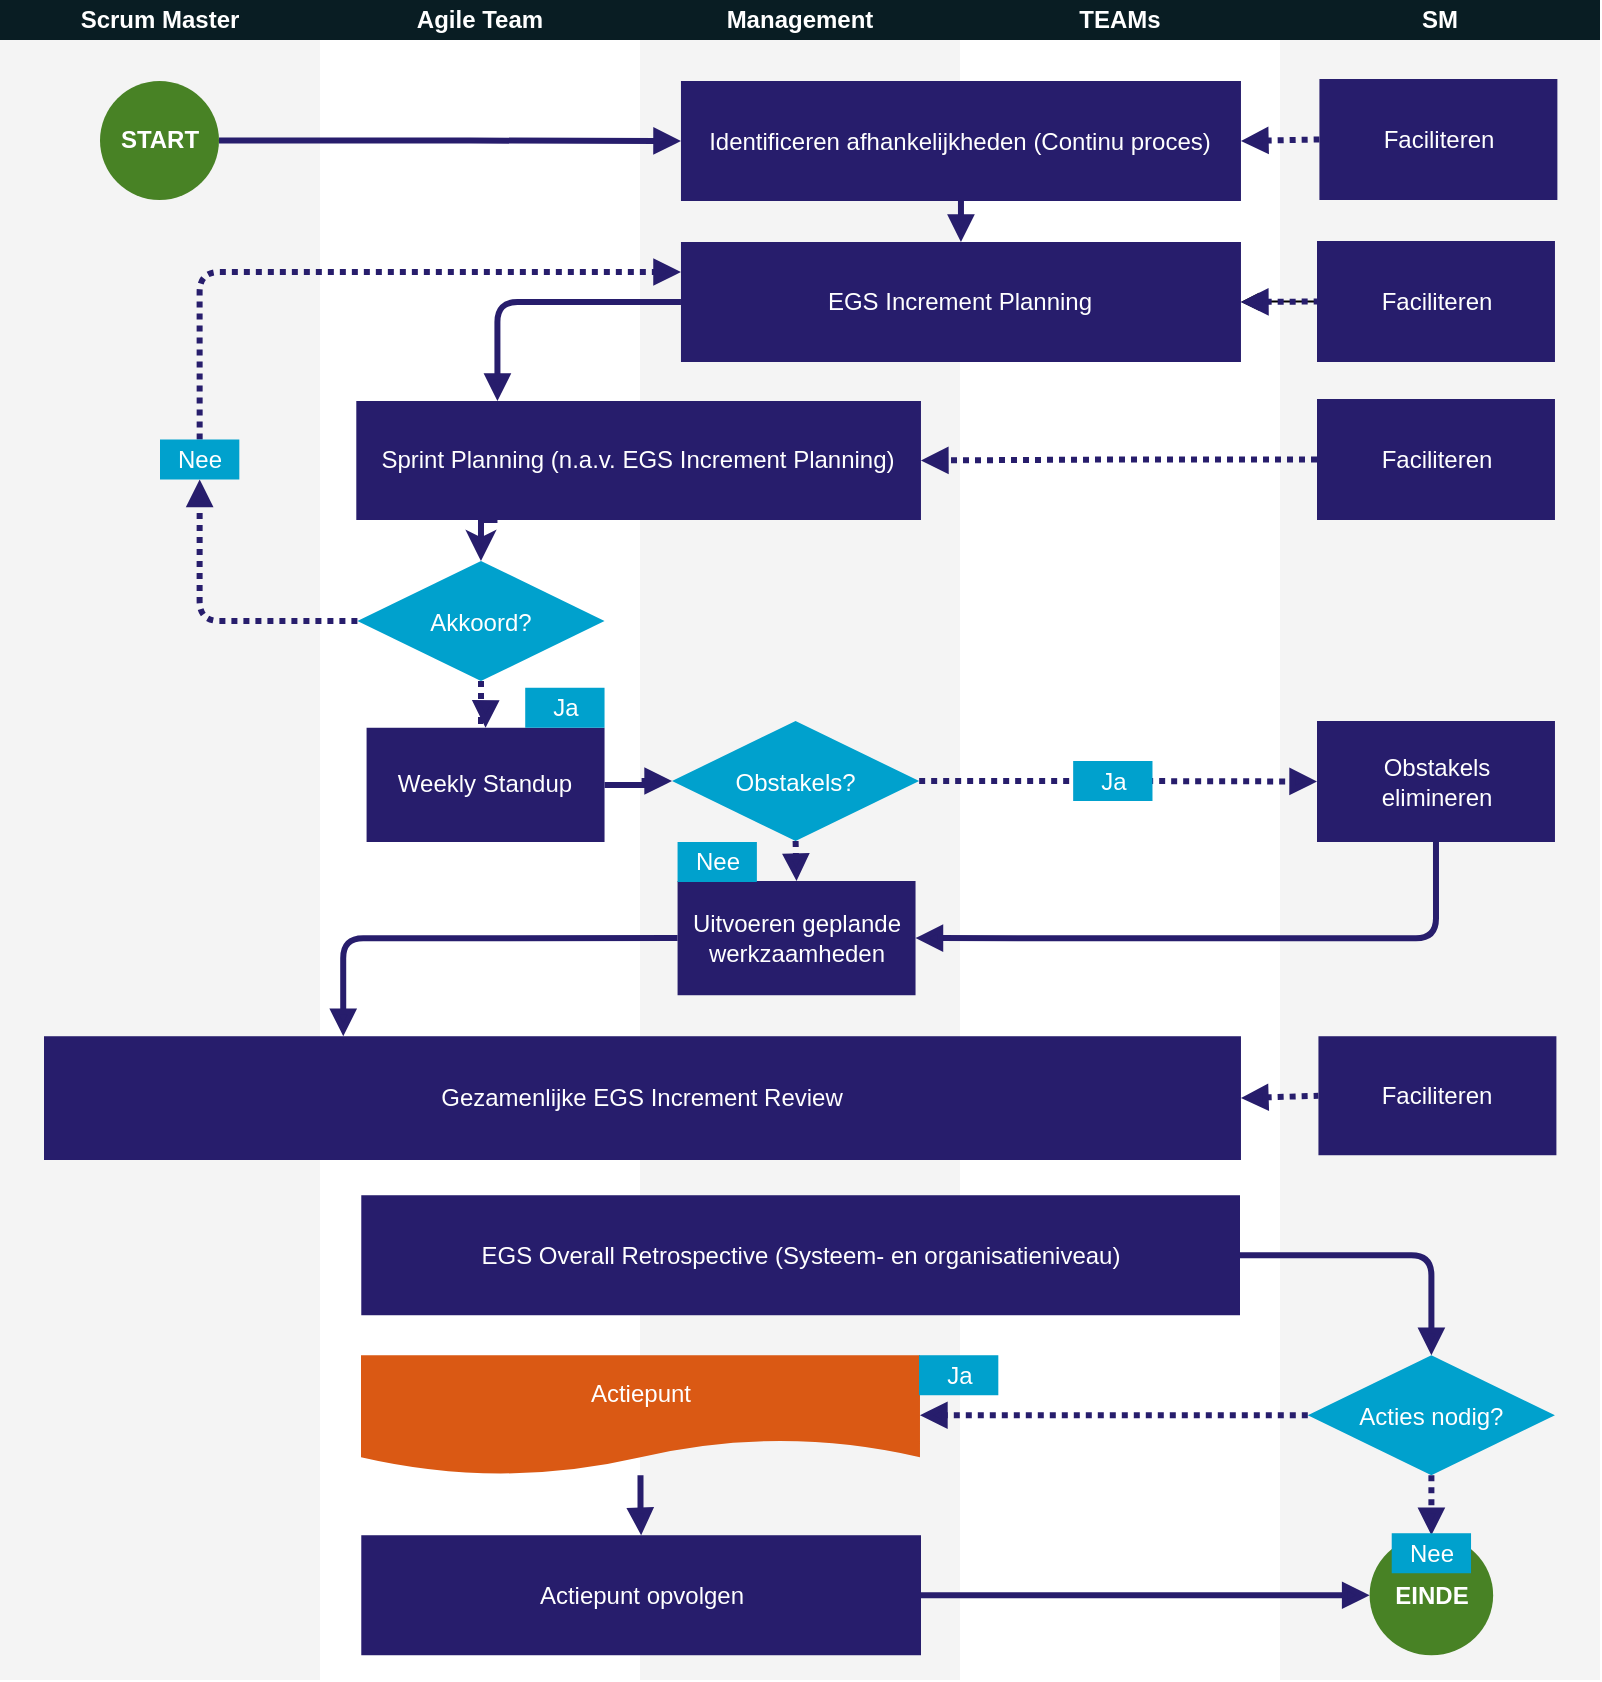
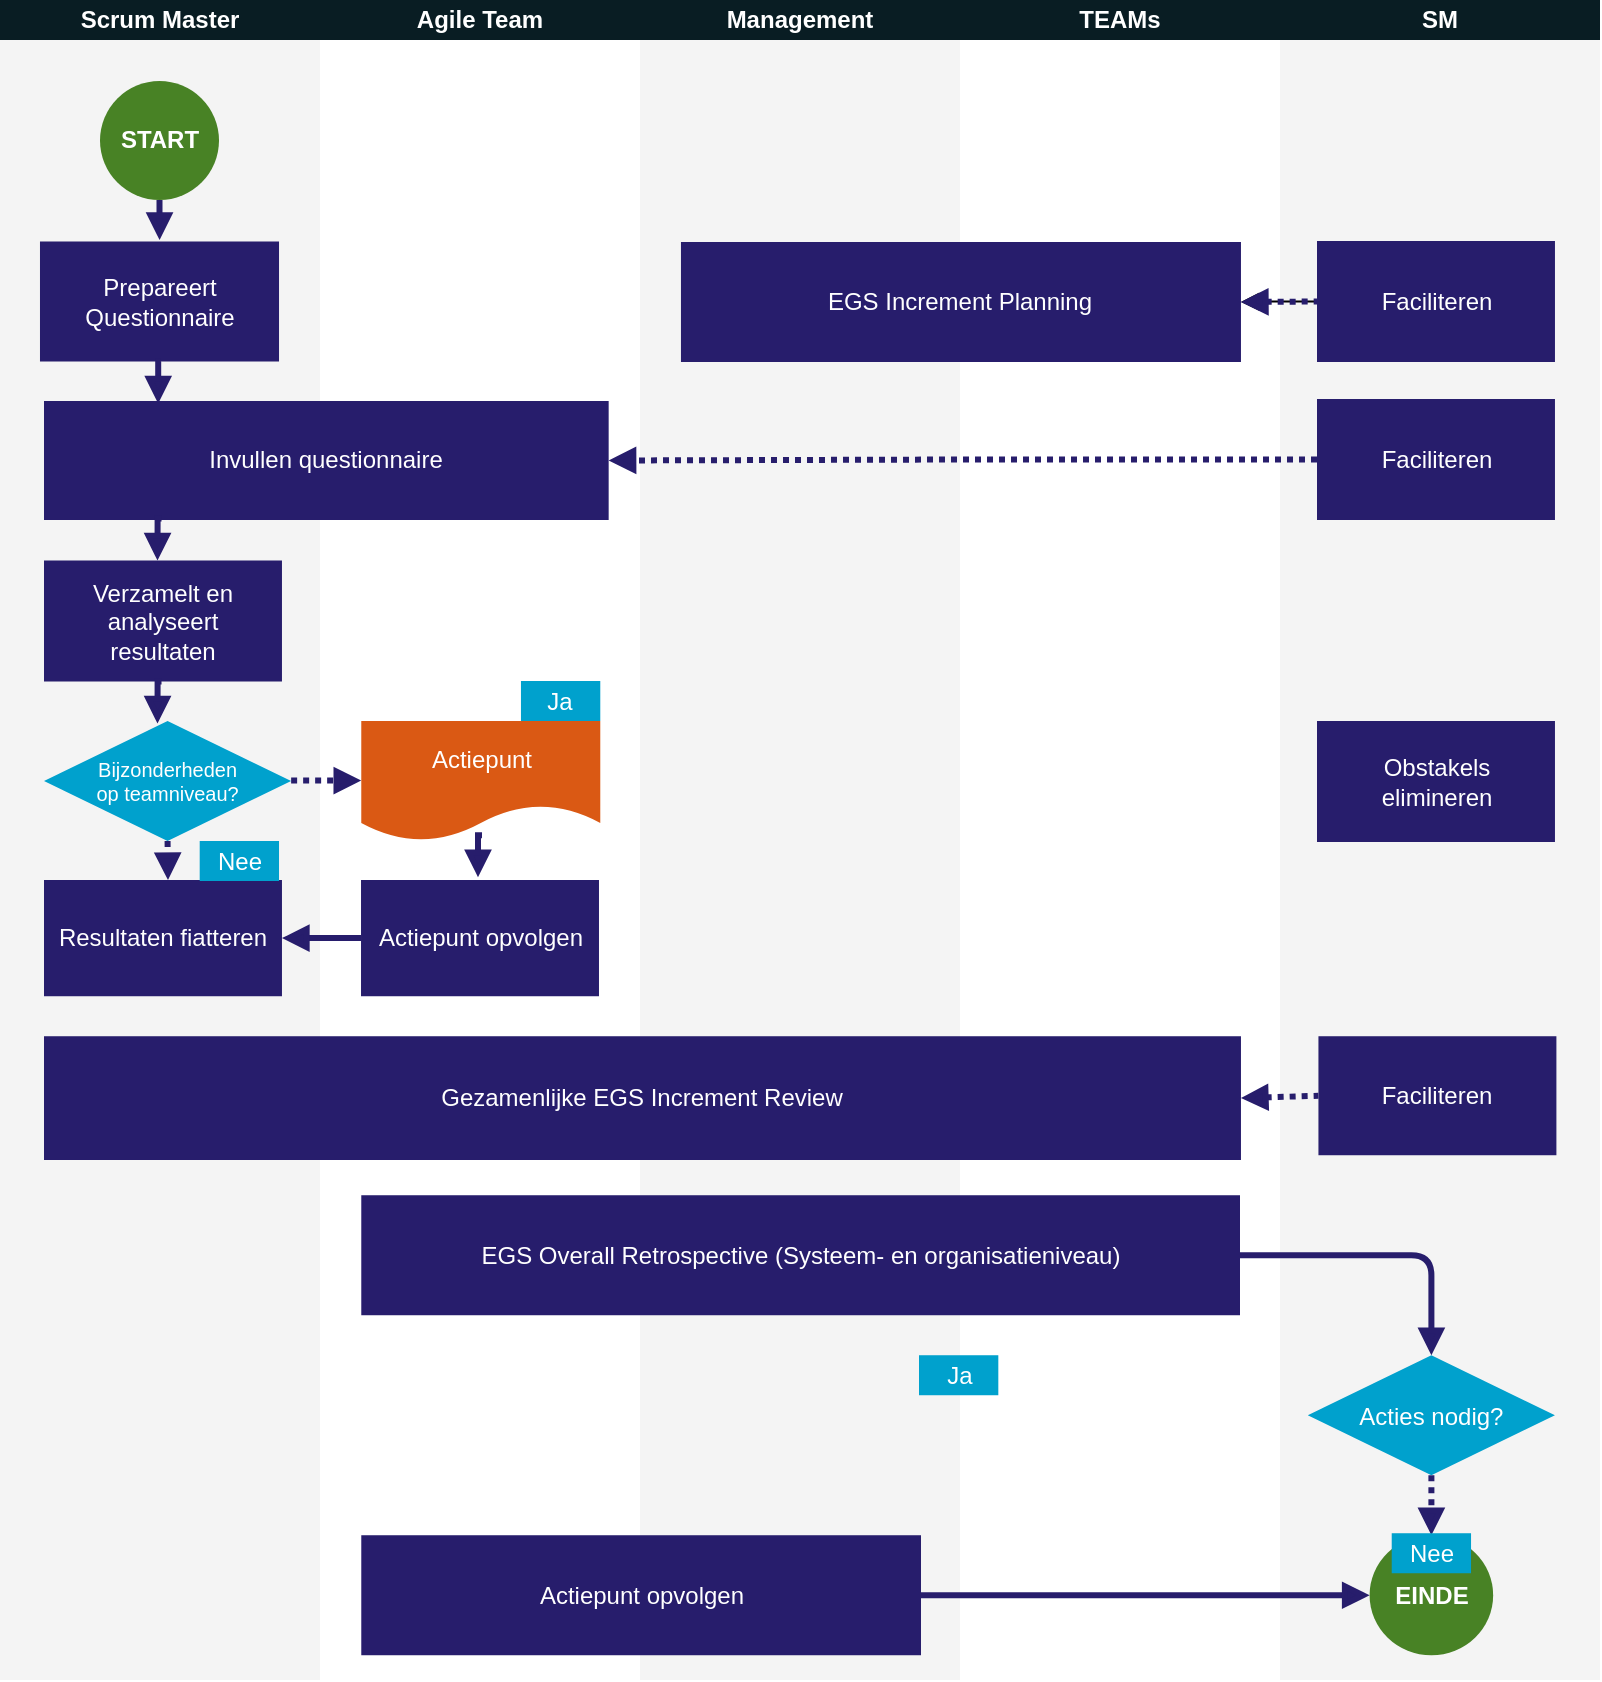
<mxfile host="app.diagrams.net" agent="Mozilla/5.0 (Windows NT 10.0; Win64; x64) AppleWebKit/537.36 (KHTML, like Gecko) Chrome/147.0.0.0 Safari/537.36" version="29.2.7">
  <diagram name="Page-1" id="8YR4XehvFtPluC4lOJML">
-     <mxGraphModel dx="1426" dy="749" grid="1" gridSize="10" guides="1" tooltips="1" connect="1" arrows="1" fold="1" page="1" pageScale="1" pageWidth="1630" pageHeight="800" math="0" shadow="0">
+     <mxGraphModel dx="519" dy="272" grid="1" gridSize="10" guides="1" tooltips="1" connect="1" arrows="1" fold="1" page="1" pageScale="1" pageWidth="1630" pageHeight="800" math="0" shadow="0">
      <root>
        <mxCell id="0" />
        <mxCell id="1" parent="0" />
        <mxCell id="TyIScYGrdLz4eEjOedrv-1" parent="1" style="rounded=0;whiteSpace=wrap;html=1;fillColor=#E9E9E9;strokeColor=none;opacity=50;" value="" vertex="1">
          <mxGeometry height="840" width="160" x="640" as="geometry" />
        </mxCell>
        <mxCell id="TyIScYGrdLz4eEjOedrv-2" parent="1" style="rounded=0;whiteSpace=wrap;html=1;fillColor=#E9E9E9;strokeColor=none;opacity=50;" value="" vertex="1">
          <mxGeometry height="840" width="160" as="geometry" />
        </mxCell>
        <mxCell id="TyIScYGrdLz4eEjOedrv-3" parent="1" style="rounded=0;whiteSpace=wrap;html=1;fillColor=#E9E9E9;strokeColor=none;opacity=50;" value="" vertex="1">
          <mxGeometry height="840" width="160" x="320" as="geometry" />
        </mxCell>
        <mxCell id="TyIScYGrdLz4eEjOedrv-4" parent="1" style="rounded=0;whiteSpace=wrap;html=1;strokeColor=none;fillColor=#091D23;" value="&lt;font style=&quot;color: rgb(255, 255, 255);&quot;&gt;&lt;b&gt;Scrum Master&lt;/b&gt;&lt;/font&gt;" vertex="1">
          <mxGeometry height="20" width="160" as="geometry" />
        </mxCell>
        <mxCell id="TyIScYGrdLz4eEjOedrv-5" parent="1" style="rounded=0;whiteSpace=wrap;html=1;strokeColor=none;fillColor=#091D23;" value="&lt;font color=&quot;#ffffff&quot;&gt;&lt;b&gt;Agile Team&lt;/b&gt;&lt;/font&gt;" vertex="1">
          <mxGeometry height="20" width="160" x="160" as="geometry" />
        </mxCell>
        <mxCell id="TyIScYGrdLz4eEjOedrv-6" parent="1" style="rounded=0;whiteSpace=wrap;html=1;strokeColor=none;fillColor=#091D23;" value="&lt;font style=&quot;color: rgb(255, 255, 255);&quot;&gt;&lt;b&gt;Management&lt;/b&gt;&lt;/font&gt;" vertex="1">
          <mxGeometry height="20" width="160" x="320" as="geometry" />
        </mxCell>
        <mxCell id="TyIScYGrdLz4eEjOedrv-7" parent="1" style="rounded=0;whiteSpace=wrap;html=1;strokeColor=none;fillColor=#091D23;" value="&lt;font style=&quot;color: rgb(255, 255, 255);&quot;&gt;&lt;b&gt;TEAMs&lt;/b&gt;&lt;/font&gt;" vertex="1">
          <mxGeometry height="20" width="160" x="480" as="geometry" />
        </mxCell>
-         <mxCell id="TyIScYGrdLz4eEjOedrv-8" edge="1" parent="1" source="TyIScYGrdLz4eEjOedrv-9" style="edgeStyle=orthogonalEdgeStyle;rounded=1;orthogonalLoop=1;jettySize=auto;html=1;exitX=0;exitY=0.5;exitDx=0;exitDy=0;entryX=0.25;entryY=0;entryDx=0;entryDy=0;strokeWidth=3;strokeColor=#271D6C;endArrow=block;endFill=1;curved=0;" target="TyIScYGrdLz4eEjOedrv-10">
-           <mxGeometry relative="1" as="geometry" />
-         </mxCell>
-         <mxCell id="TyIScYGrdLz4eEjOedrv-9" parent="1" style="whiteSpace=wrap;strokeColor=none;fillColor=#271D6C;shadow=0;fontColor=#FFFFFF;fontFamily=Helvetica;fontStyle=0;html=1;fontSize=12;spacing=6;verticalAlign=middle;fillStyle=auto;" value="Uitvoeren geplande werkzaamheden" vertex="1">
-           <mxGeometry height="57.12" width="118.97753679318357" x="338.78343144848964" y="440.5" as="geometry" />
+         <mxCell id="TyIScYGrdLz4eEjOedrv-9" parent="1" style="whiteSpace=wrap;strokeColor=none;fillColor=#271D6C;shadow=0;fontColor=#FFFFFF;fontFamily=Helvetica;fontStyle=0;html=1;fontSize=12;spacing=6;verticalAlign=middle;fillStyle=auto;" value="Resultaten fiatteren" vertex="1">
+           <mxGeometry height="58.12" width="118.98" x="22" y="440" as="geometry" />
        </mxCell>
        <mxCell id="TyIScYGrdLz4eEjOedrv-10" parent="1" style="whiteSpace=wrap;strokeColor=none;fillColor=#271D6C;shadow=0;fontColor=#FFFFFF;fontFamily=Helvetica;fontStyle=0;html=1;fontSize=12;spacing=6;verticalAlign=middle;fillStyle=auto;" value="Gezamenlijke EGS Increment Review" vertex="1">
          <mxGeometry height="61.88" width="598.48" x="22" y="518.12" as="geometry" />
        </mxCell>
-         <mxCell id="TyIScYGrdLz4eEjOedrv-11" edge="1" parent="1" source="TyIScYGrdLz4eEjOedrv-13" style="edgeStyle=orthogonalEdgeStyle;rounded=1;orthogonalLoop=1;jettySize=auto;html=1;entryX=0.25;entryY=0;entryDx=0;entryDy=0;exitX=0;exitY=0.5;exitDx=0;exitDy=0;strokeWidth=3;curved=0;strokeColor=#271D6C;endArrow=block;endFill=1;" target="TyIScYGrdLz4eEjOedrv-48">
-           <mxGeometry relative="1" as="geometry" />
-         </mxCell>
-         <mxCell id="TyIScYGrdLz4eEjOedrv-12" edge="1" parent="1" source="TyIScYGrdLz4eEjOedrv-55" style="edgeStyle=orthogonalEdgeStyle;rounded=1;orthogonalLoop=1;jettySize=auto;html=1;exitX=0.5;exitY=0;exitDx=0;exitDy=0;entryX=0;entryY=0.25;entryDx=0;entryDy=0;strokeWidth=3;dashed=1;dashPattern=1 1;curved=0;strokeColor=#271D6C;endArrow=block;endFill=1;" target="TyIScYGrdLz4eEjOedrv-13">
-           <mxGeometry relative="1" as="geometry">
-             <Array as="points">
-               <mxPoint x="100" y="136" />
-             </Array>
-           </mxGeometry>
-         </mxCell>
        <mxCell id="TyIScYGrdLz4eEjOedrv-13" parent="1" style="whiteSpace=wrap;strokeColor=none;fillColor=#271D6C;shadow=0;fontColor=#FFFFFF;fontFamily=Helvetica;fontStyle=0;html=1;fontSize=12;spacing=6;verticalAlign=middle;fillStyle=auto;" value="EGS Increment Planning" vertex="1">
          <mxGeometry height="60" width="280" x="340.48" y="121" as="geometry" />
        </mxCell>
-         <mxCell id="TyIScYGrdLz4eEjOedrv-14" parent="1" style="whiteSpace=wrap;shadow=0;fontColor=#FFFFFF;fontFamily=Helvetica;fontStyle=0;html=1;fontSize=12;plain-purple;strokeColor=none;fillColor=#271D6C;gradientColor=none;spacing=6;verticalAlign=middle;" value="Faciliteren" vertex="1">
-           <mxGeometry height="60.5" width="118.97753679318359" x="659.7101471727344" y="39.5" as="geometry" />
+         <mxCell id="TyIScYGrdLz4eEjOedrv-14" parent="1" style="whiteSpace=wrap;shadow=0;fontColor=#FFFFFF;fontFamily=Helvetica;fontStyle=0;html=1;fontSize=12;plain-purple;strokeColor=none;fillColor=#271D6C;gradientColor=none;spacing=6;verticalAlign=middle;" value="Verzamelt en analyseert resultaten" vertex="1">
+           <mxGeometry height="60.5" width="118.97753679318359" x="22.000147172734387" y="280.25" as="geometry" />
        </mxCell>
        <mxCell id="TyIScYGrdLz4eEjOedrv-15" edge="1" parent="1" source="TyIScYGrdLz4eEjOedrv-16" style="edgeStyle=orthogonalEdgeStyle;rounded=0;orthogonalLoop=1;jettySize=auto;html=1;" target="TyIScYGrdLz4eEjOedrv-13" value="">
          <mxGeometry relative="1" as="geometry" />
        </mxCell>
        <mxCell id="TyIScYGrdLz4eEjOedrv-16" parent="1" style="whiteSpace=wrap;shadow=0;fontColor=#FFFFFF;fontFamily=Helvetica;fontStyle=0;html=1;fontSize=12;plain-purple;strokeColor=none;fillColor=#271D6C;gradientColor=none;spacing=6;verticalAlign=middle;" value="Faciliteren" vertex="1">
          <mxGeometry height="60.5" width="118.97753679318359" x="658.5001471727344" y="120.5" as="geometry" />
        </mxCell>
        <mxCell id="TyIScYGrdLz4eEjOedrv-17" parent="1" style="whiteSpace=wrap;shadow=0;fontColor=#FFFFFF;fontFamily=Helvetica;fontStyle=0;html=1;fontSize=12;plain-purple;strokeColor=none;fillColor=#271D6C;gradientColor=none;spacing=6;verticalAlign=middle;" value="Faciliteren" vertex="1">
          <mxGeometry height="59.5" width="118.98" x="659.22" y="518.12" as="geometry" />
        </mxCell>
        <mxCell id="TyIScYGrdLz4eEjOedrv-18" edge="1" parent="1" source="TyIScYGrdLz4eEjOedrv-19" style="edgeStyle=orthogonalEdgeStyle;rounded=1;orthogonalLoop=1;jettySize=auto;html=1;exitX=1;exitY=0.5;exitDx=0;exitDy=0;strokeColor=#271D6C;strokeWidth=3;endArrow=block;endFill=1;curved=0;" target="TyIScYGrdLz4eEjOedrv-22">
          <mxGeometry relative="1" as="geometry" />
        </mxCell>
        <mxCell id="TyIScYGrdLz4eEjOedrv-19" parent="1" style="whiteSpace=wrap;strokeColor=none;fillColor=#271D6C;shadow=0;fontColor=#FFFFFF;fontFamily=Helvetica;fontStyle=0;html=1;fontSize=12;spacing=6;verticalAlign=middle;fillStyle=auto;" value="EGS Overall Retrospective (Systeem- en organisatieniveau)" vertex="1">
          <mxGeometry height="60" width="439.36" x="180.64" y="597.62" as="geometry" />
        </mxCell>
-         <mxCell id="TyIScYGrdLz4eEjOedrv-20" edge="1" parent="1" source="TyIScYGrdLz4eEjOedrv-22" style="edgeStyle=orthogonalEdgeStyle;rounded=0;orthogonalLoop=1;jettySize=auto;html=1;entryX=1;entryY=0.5;entryDx=0;entryDy=0;strokeWidth=3;dashed=1;strokeColor=#271D6C;dashPattern=1 1;endArrow=block;endFill=1;" target="TyIScYGrdLz4eEjOedrv-24">
-           <mxGeometry relative="1" as="geometry" />
-         </mxCell>
        <mxCell id="TyIScYGrdLz4eEjOedrv-21" edge="1" parent="1" source="TyIScYGrdLz4eEjOedrv-22" style="edgeStyle=orthogonalEdgeStyle;rounded=0;orthogonalLoop=1;jettySize=auto;html=1;entryX=0.5;entryY=0;entryDx=0;entryDy=0;strokeWidth=3;dashed=1;dashPattern=1 1;strokeColor=#271D6C;endArrow=block;endFill=1;" target="TyIScYGrdLz4eEjOedrv-33">
          <mxGeometry relative="1" as="geometry">
            <mxPoint x="715.688768396592" y="767.6199999999999" as="targetPoint" />
          </mxGeometry>
        </mxCell>
        <mxCell id="TyIScYGrdLz4eEjOedrv-22" parent="1" style="rhombus;fillColor=#00A1CD;strokeColor=none;fontColor=#FFFFFF;" value="Acties nodig?" vertex="1">
          <mxGeometry height="60" width="123.58" x="653.9" y="677.6199999999999" as="geometry" />
        </mxCell>
-         <mxCell id="TyIScYGrdLz4eEjOedrv-23" edge="1" parent="1" source="TyIScYGrdLz4eEjOedrv-24" style="edgeStyle=orthogonalEdgeStyle;rounded=0;orthogonalLoop=1;jettySize=auto;html=1;entryX=0.5;entryY=0;entryDx=0;entryDy=0;strokeWidth=3;strokeColor=#271D6C;endArrow=block;endFill=1;" target="TyIScYGrdLz4eEjOedrv-27">
-           <mxGeometry relative="1" as="geometry" />
-         </mxCell>
        <mxCell id="TyIScYGrdLz4eEjOedrv-24" parent="1" style="shape=document;whiteSpace=wrap;verticalAlign=middle;strokeColor=none;fillColor=#DA5914;shadow=0;fontColor=#FFFFFF;fontFamily=Helvetica;fontStyle=0;html=1;fontSize=12;spacing=6;spacingBottom=22;" value="Actiepunt" vertex="1">
-           <mxGeometry height="60" width="279.49" x="180.5" y="677.6199999999999" as="geometry" />
+           <mxGeometry height="60" width="119.5" x="180.64" y="360.5" as="geometry" />
        </mxCell>
        <mxCell id="TyIScYGrdLz4eEjOedrv-25" parent="1" style="rounded=0;whiteSpace=wrap;html=1;fillColor=#00A1CD;fontColor=#FFFFFF;strokeColor=none;fontSize=12;" value="Ja" vertex="1">
          <mxGeometry height="20" width="39.65917893106119" x="459.5" y="677.6199999999999" as="geometry" />
        </mxCell>
        <mxCell id="TyIScYGrdLz4eEjOedrv-26" edge="1" parent="1" source="TyIScYGrdLz4eEjOedrv-27" style="edgeStyle=orthogonalEdgeStyle;rounded=0;orthogonalLoop=1;jettySize=auto;html=1;entryX=0;entryY=0.5;entryDx=0;entryDy=0;strokeWidth=3;strokeColor=#271D6C;endArrow=block;endFill=1;" target="TyIScYGrdLz4eEjOedrv-33">
          <mxGeometry relative="1" as="geometry">
            <mxPoint x="499.22" y="797.6199999999999" as="targetPoint" />
          </mxGeometry>
        </mxCell>
        <mxCell id="TyIScYGrdLz4eEjOedrv-27" parent="1" style="whiteSpace=wrap;strokeColor=none;fillColor=#271D6C;shadow=0;fontColor=#FFFFFF;fontFamily=Helvetica;fontStyle=0;html=1;fontSize=12;spacing=6;verticalAlign=middle;fillStyle=auto;" value="Actiepunt opvolgen" vertex="1">
          <mxGeometry height="60" width="279.86" x="180.64" y="767.6199999999999" as="geometry" />
-         </mxCell>
-         <mxCell id="TyIScYGrdLz4eEjOedrv-28" edge="1" parent="1" source="TyIScYGrdLz4eEjOedrv-46" style="endArrow=none;startArrow=block;html=1;rounded=0;exitX=1;exitY=0.5;exitDx=0;exitDy=0;entryX=0;entryY=0.5;entryDx=0;entryDy=0;strokeWidth=3;strokeColor=#271D6C;dashed=1;dashPattern=1 1;startFill=1;endFill=1;" target="TyIScYGrdLz4eEjOedrv-14" value="">
-           <mxGeometry height="50" relative="1" width="50" as="geometry">
-             <mxPoint x="456.77" y="70" as="sourcePoint" />
-             <mxPoint x="496.43014717273445" y="160.75" as="targetPoint" />
-           </mxGeometry>
        </mxCell>
        <mxCell id="TyIScYGrdLz4eEjOedrv-29" edge="1" parent="1" source="TyIScYGrdLz4eEjOedrv-13" style="endArrow=none;startArrow=block;html=1;rounded=0;exitX=1;exitY=0.5;exitDx=0;exitDy=0;entryX=0;entryY=0.5;entryDx=0;entryDy=0;strokeWidth=3;strokeColor=#271D6C;dashed=1;dashPattern=1 1;endFill=1;startFill=1;" target="TyIScYGrdLz4eEjOedrv-16" value="">
          <mxGeometry height="50" relative="1" width="50" as="geometry">
            <mxPoint x="578.52" y="240.5" as="sourcePoint" />
            <mxPoint x="628.52" y="190.5" as="targetPoint" />
          </mxGeometry>
        </mxCell>
        <mxCell id="TyIScYGrdLz4eEjOedrv-30" edge="1" parent="1" source="TyIScYGrdLz4eEjOedrv-10" style="endArrow=none;startArrow=block;html=1;rounded=0;exitX=1;exitY=0.5;exitDx=0;exitDy=0;entryX=0;entryY=0.5;entryDx=0;entryDy=0;strokeWidth=3;dashed=1;dashPattern=1 1;strokeColor=#271D6C;endFill=1;startFill=1;" target="TyIScYGrdLz4eEjOedrv-17" value="">
          <mxGeometry height="50" relative="1" width="50" as="geometry">
            <mxPoint x="581.01" y="477.62" as="sourcePoint" />
            <mxPoint x="631.01" y="427.62" as="targetPoint" />
          </mxGeometry>
        </mxCell>
-         <mxCell id="TyIScYGrdLz4eEjOedrv-31" edge="1" parent="1" source="TyIScYGrdLz4eEjOedrv-32" style="edgeStyle=orthogonalEdgeStyle;rounded=1;orthogonalLoop=1;jettySize=auto;html=1;entryX=0;entryY=0.5;entryDx=0;entryDy=0;curved=0;strokeColor=#271D6C;strokeWidth=3;endArrow=block;endFill=1;" target="TyIScYGrdLz4eEjOedrv-46">
+         <mxCell id="TyIScYGrdLz4eEjOedrv-57" edge="1" parent="1" source="TyIScYGrdLz4eEjOedrv-32" style="edgeStyle=orthogonalEdgeStyle;rounded=0;orthogonalLoop=1;jettySize=auto;html=1;exitX=0.5;exitY=1;exitDx=0;exitDy=0;strokeWidth=3;endArrow=block;endFill=1;strokeColor=#271D6C;" target="TyIScYGrdLz4eEjOedrv-46">
          <mxGeometry relative="1" as="geometry" />
        </mxCell>
        <mxCell id="TyIScYGrdLz4eEjOedrv-32" parent="1" style="ellipse;whiteSpace=wrap;html=1;aspect=fixed;fillColor=#488225;fontColor=#FFFFFF;strokeColor=none;" value="&lt;b&gt;START&lt;/b&gt;" vertex="1">
          <mxGeometry height="59.5" width="59.5" x="50" y="40.5" as="geometry" />
        </mxCell>
        <mxCell id="TyIScYGrdLz4eEjOedrv-33" parent="1" style="ellipse;whiteSpace=wrap;html=1;strokeColor=none;fillColor=#488225;fontColor=#FFFFFF;" value="&lt;b&gt;EINDE&lt;/b&gt;" vertex="1">
          <mxGeometry height="60" width="61.78" x="684.8000000000001" y="767.6199999999999" as="geometry" />
        </mxCell>
        <mxCell id="TyIScYGrdLz4eEjOedrv-34" parent="1" style="rounded=0;whiteSpace=wrap;html=1;fillColor=#00A1CD;fontColor=#FFFFFF;strokeColor=none;" value="Nee" vertex="1">
          <mxGeometry height="20" width="39.65917893106119" x="695.86" y="766.6199999999999" as="geometry" />
        </mxCell>
-         <mxCell id="TyIScYGrdLz4eEjOedrv-35" edge="1" parent="1" source="TyIScYGrdLz4eEjOedrv-36" style="edgeStyle=orthogonalEdgeStyle;rounded=0;orthogonalLoop=1;jettySize=auto;html=1;entryX=0;entryY=0.5;entryDx=0;entryDy=0;strokeWidth=3;strokeColor=#271D6C;endArrow=block;endFill=1;" target="TyIScYGrdLz4eEjOedrv-39">
-           <mxGeometry relative="1" as="geometry" />
-         </mxCell>
-         <mxCell id="TyIScYGrdLz4eEjOedrv-36" parent="1" style="whiteSpace=wrap;strokeColor=none;fillColor=#271D6C;shadow=0;fontColor=#FFFFFF;fontFamily=Helvetica;fontStyle=0;html=1;fontSize=12;spacing=6;verticalAlign=middle;fillStyle=auto;" value="Weekly Standup" vertex="1">
-           <mxGeometry height="57.12" width="118.97753679318357" x="183.29000000000002" y="363.88" as="geometry" />
-         </mxCell>
-         <mxCell id="TyIScYGrdLz4eEjOedrv-37" edge="1" parent="1" source="TyIScYGrdLz4eEjOedrv-39" style="edgeStyle=orthogonalEdgeStyle;rounded=0;orthogonalLoop=1;jettySize=auto;html=1;exitX=0.5;exitY=1;exitDx=0;exitDy=0;entryX=0.5;entryY=0;entryDx=0;entryDy=0;strokeWidth=3;strokeColor=#271D6C;dashed=1;dashPattern=1 1;endArrow=block;endFill=1;" target="TyIScYGrdLz4eEjOedrv-9">
-           <mxGeometry relative="1" as="geometry" />
-         </mxCell>
-         <mxCell id="TyIScYGrdLz4eEjOedrv-38" edge="1" parent="1" source="TyIScYGrdLz4eEjOedrv-39" style="edgeStyle=orthogonalEdgeStyle;rounded=0;orthogonalLoop=1;jettySize=auto;html=1;entryX=0;entryY=0.5;entryDx=0;entryDy=0;strokeColor=#271D6C;dashed=1;dashPattern=1 1;strokeWidth=3;endArrow=block;endFill=1;" target="TyIScYGrdLz4eEjOedrv-42">
-           <mxGeometry relative="1" as="geometry" />
-         </mxCell>
-         <mxCell id="TyIScYGrdLz4eEjOedrv-39" parent="1" style="rhombus;fillColor=#00A1CD;strokeColor=none;fontColor=#FFFFFF;" value="Obstakels?" vertex="1">
-           <mxGeometry height="60" width="123.57" x="336.01000000000005" y="360.5" as="geometry" />
-         </mxCell>
        <mxCell id="TyIScYGrdLz4eEjOedrv-40" parent="1" style="rounded=0;whiteSpace=wrap;html=1;fillColor=#00A1CD;fontColor=#FFFFFF;strokeColor=none;" value="Nee" vertex="1">
-           <mxGeometry height="20" width="39.65917893106119" x="338.78000000000003" y="421" as="geometry" />
-         </mxCell>
-         <mxCell id="TyIScYGrdLz4eEjOedrv-41" edge="1" parent="1" source="TyIScYGrdLz4eEjOedrv-42" style="edgeStyle=orthogonalEdgeStyle;rounded=1;orthogonalLoop=1;jettySize=auto;html=1;exitX=0.5;exitY=1;exitDx=0;exitDy=0;entryX=1;entryY=0.5;entryDx=0;entryDy=0;strokeColor=#271D6C;endArrow=block;endFill=1;strokeWidth=3;curved=0;" target="TyIScYGrdLz4eEjOedrv-9">
-           <mxGeometry relative="1" as="geometry" />
+           <mxGeometry height="20" width="39.65917893106119" x="99.85000000000002" y="420.5" as="geometry" />
        </mxCell>
        <mxCell id="TyIScYGrdLz4eEjOedrv-42" parent="1" style="whiteSpace=wrap;shadow=0;fontColor=#FFFFFF;fontFamily=Helvetica;fontStyle=0;html=1;fontSize=12;plain-purple;strokeColor=none;fillColor=#271D6C;gradientColor=none;spacing=6;verticalAlign=middle;" value="Obstakels elimineren" vertex="1">
          <mxGeometry height="60.5" width="118.97753679318359" x="658.5" y="360.5" as="geometry" />
        </mxCell>
-         <mxCell id="TyIScYGrdLz4eEjOedrv-43" parent="1" style="rounded=0;whiteSpace=wrap;html=1;fillColor=#00A1CD;fontColor=#FFFFFF;strokeColor=none;" value="Ja" vertex="1">
-           <mxGeometry height="20" width="39.65917893106119" x="536.5799999999999" y="380.5" as="geometry" />
-         </mxCell>
        <mxCell id="TyIScYGrdLz4eEjOedrv-44" parent="1" style="rounded=0;whiteSpace=wrap;html=1;strokeColor=none;fillColor=#091D23;" value="&lt;font style=&quot;color: rgb(255, 255, 255);&quot;&gt;&lt;b&gt;SM&lt;/b&gt;&lt;/font&gt;" vertex="1">
          <mxGeometry height="20" width="160" x="640" as="geometry" />
        </mxCell>
-         <mxCell id="TyIScYGrdLz4eEjOedrv-45" edge="1" parent="1" source="TyIScYGrdLz4eEjOedrv-46" style="edgeStyle=orthogonalEdgeStyle;rounded=1;orthogonalLoop=1;jettySize=auto;html=1;exitX=0.5;exitY=1;exitDx=0;exitDy=0;strokeWidth=3;strokeColor=#271D6C;curved=0;endArrow=block;endFill=1;entryX=0.5;entryY=0;entryDx=0;entryDy=0;" target="TyIScYGrdLz4eEjOedrv-13">
-           <mxGeometry relative="1" as="geometry">
-             <mxPoint x="458.48" y="120.5" as="targetPoint" />
-           </mxGeometry>
+         <mxCell id="TyIScYGrdLz4eEjOedrv-46" parent="1" style="whiteSpace=wrap;strokeColor=none;fillColor=#271D6C;shadow=0;fontColor=#FFFFFF;fontFamily=Helvetica;fontStyle=0;html=1;fontSize=12;spacing=6;verticalAlign=middle;fillStyle=auto;" value="Prepareert Questionnaire" vertex="1">
+           <mxGeometry height="60" width="119.52" x="19.990000000000002" y="120.75" as="geometry" />
        </mxCell>
-         <mxCell id="TyIScYGrdLz4eEjOedrv-46" parent="1" style="whiteSpace=wrap;strokeColor=none;fillColor=#271D6C;shadow=0;fontColor=#FFFFFF;fontFamily=Helvetica;fontStyle=0;html=1;fontSize=12;spacing=6;verticalAlign=middle;fillStyle=auto;" value="Identificeren afhankelijkheden (Continu proces)" vertex="1">
-           <mxGeometry height="60" width="280" x="340.48" y="40.5" as="geometry" />
-         </mxCell>
-         <mxCell id="TyIScYGrdLz4eEjOedrv-47" edge="1" parent="1" source="TyIScYGrdLz4eEjOedrv-48" style="edgeStyle=orthogonalEdgeStyle;rounded=0;orthogonalLoop=1;jettySize=auto;html=1;exitX=0.25;exitY=1;exitDx=0;exitDy=0;entryX=0.5;entryY=0;entryDx=0;entryDy=0;strokeWidth=3;strokeColor=#271D6C;" target="TyIScYGrdLz4eEjOedrv-52">
-           <mxGeometry relative="1" as="geometry" />
-         </mxCell>
-         <mxCell id="TyIScYGrdLz4eEjOedrv-48" parent="1" style="whiteSpace=wrap;strokeColor=none;fillColor=#271D6C;shadow=0;fontColor=#FFFFFF;fontFamily=Helvetica;fontStyle=0;html=1;fontSize=12;spacing=6;verticalAlign=middle;fillStyle=auto;" value="Sprint Planning (n.a.v. EGS Increment Planning)" vertex="1">
-           <mxGeometry height="59.5" width="282.33" x="178.14999999999998" y="200.5" as="geometry" />
+         <mxCell id="TyIScYGrdLz4eEjOedrv-48" parent="1" style="whiteSpace=wrap;strokeColor=none;fillColor=#271D6C;shadow=0;fontColor=#FFFFFF;fontFamily=Helvetica;fontStyle=0;html=1;fontSize=12;spacing=6;verticalAlign=middle;fillStyle=auto;" value="Invullen questionnaire" vertex="1">
+           <mxGeometry height="59.5" width="282.33" x="21.99999999999997" y="200.5" as="geometry" />
        </mxCell>
        <mxCell id="TyIScYGrdLz4eEjOedrv-49" edge="1" parent="1" source="TyIScYGrdLz4eEjOedrv-50" style="edgeStyle=orthogonalEdgeStyle;rounded=0;orthogonalLoop=1;jettySize=auto;html=1;entryX=1;entryY=0.5;entryDx=0;entryDy=0;dashed=1;dashPattern=1 1;strokeColor=#271D6C;strokeWidth=3;endArrow=block;endFill=1;" target="TyIScYGrdLz4eEjOedrv-48">
          <mxGeometry relative="1" as="geometry" />
        </mxCell>
        <mxCell id="TyIScYGrdLz4eEjOedrv-50" parent="1" style="whiteSpace=wrap;shadow=0;fontColor=#FFFFFF;fontFamily=Helvetica;fontStyle=0;html=1;fontSize=12;plain-purple;strokeColor=none;fillColor=#271D6C;gradientColor=none;spacing=6;verticalAlign=middle;" value="Faciliteren" vertex="1">
          <mxGeometry height="60.5" width="118.97753679318359" x="658.5" y="199.5" as="geometry" />
        </mxCell>
-         <mxCell id="TyIScYGrdLz4eEjOedrv-51" edge="1" parent="1" source="TyIScYGrdLz4eEjOedrv-52" style="edgeStyle=orthogonalEdgeStyle;rounded=0;orthogonalLoop=1;jettySize=auto;html=1;entryX=0.5;entryY=0;entryDx=0;entryDy=0;strokeWidth=3;dashed=1;dashPattern=1 1;strokeColor=#271D6C;endArrow=block;endFill=1;" target="TyIScYGrdLz4eEjOedrv-36">
+         <mxCell id="TyIScYGrdLz4eEjOedrv-52" parent="1" style="rhombus;fillColor=#00A1CD;strokeColor=none;fontColor=#FFFFFF;fontSize=10;" value="Bijzonderheden &#xa;op teamniveau?" vertex="1">
+           <mxGeometry height="60" width="123.57" x="22.00000000000003" y="360.5" as="geometry" />
+         </mxCell>
+         <mxCell id="TyIScYGrdLz4eEjOedrv-53" parent="1" style="rounded=0;whiteSpace=wrap;html=1;fillColor=#00A1CD;fontColor=#FFFFFF;strokeColor=none;" value="Ja" vertex="1">
+           <mxGeometry height="20" width="39.65917893106119" x="260.48" y="340.5" as="geometry" />
+         </mxCell>
+         <mxCell id="TyIScYGrdLz4eEjOedrv-58" edge="1" parent="1" style="edgeStyle=orthogonalEdgeStyle;rounded=0;orthogonalLoop=1;jettySize=auto;html=1;exitX=0.5;exitY=1;exitDx=0;exitDy=0;entryX=0.2;entryY=0.021;entryDx=0;entryDy=0;entryPerimeter=0;strokeWidth=3;endArrow=block;endFill=1;strokeColor=#271D6C;">
+           <mxGeometry relative="1" as="geometry">
+             <Array as="points">
+               <mxPoint x="79.64" y="181" />
+             </Array>
+             <mxPoint x="80.39" y="180.75" as="sourcePoint" />
+             <mxPoint x="79.10600000000001" y="201.74950000000007" as="targetPoint" />
+           </mxGeometry>
+         </mxCell>
+         <mxCell id="TyIScYGrdLz4eEjOedrv-59" edge="1" parent="1" style="edgeStyle=orthogonalEdgeStyle;rounded=0;orthogonalLoop=1;jettySize=auto;html=1;exitX=0.5;exitY=1;exitDx=0;exitDy=0;entryX=0.2;entryY=0.021;entryDx=0;entryDy=0;entryPerimeter=0;strokeWidth=3;endArrow=block;endFill=1;strokeColor=#271D6C;">
+           <mxGeometry relative="1" as="geometry">
+             <mxPoint x="80.75" y="259.25" as="sourcePoint" />
+             <mxPoint x="78.75" y="280.25" as="targetPoint" />
+           </mxGeometry>
+         </mxCell>
+         <mxCell id="TyIScYGrdLz4eEjOedrv-62" edge="1" parent="1" style="edgeStyle=orthogonalEdgeStyle;rounded=0;orthogonalLoop=1;jettySize=auto;html=1;exitX=0.5;exitY=1;exitDx=0;exitDy=0;entryX=0.2;entryY=0.021;entryDx=0;entryDy=0;entryPerimeter=0;strokeWidth=3;endArrow=block;endFill=1;strokeColor=#271D6C;">
+           <mxGeometry relative="1" as="geometry">
+             <mxPoint x="80.75" y="340.75" as="sourcePoint" />
+             <mxPoint x="78.75" y="361.75" as="targetPoint" />
+           </mxGeometry>
+         </mxCell>
+         <mxCell id="TyIScYGrdLz4eEjOedrv-64" edge="1" parent="1" style="edgeStyle=orthogonalEdgeStyle;rounded=0;orthogonalLoop=1;jettySize=auto;html=1;entryX=0;entryY=0.5;entryDx=0;entryDy=0;strokeWidth=3;dashed=1;dashPattern=1 1;strokeColor=#271D6C;endArrow=block;endFill=1;">
+           <mxGeometry relative="1" as="geometry">
+             <mxPoint x="145.57" y="390.25" as="sourcePoint" />
+             <mxPoint x="180.57" y="391.25" as="targetPoint" />
+           </mxGeometry>
+         </mxCell>
+         <mxCell id="TyIScYGrdLz4eEjOedrv-65" edge="1" parent="1" source="TyIScYGrdLz4eEjOedrv-52" style="edgeStyle=orthogonalEdgeStyle;rounded=0;orthogonalLoop=1;jettySize=auto;html=1;strokeWidth=3;dashed=1;dashPattern=1 1;strokeColor=#271D6C;endArrow=block;endFill=1;exitX=0.5;exitY=1;exitDx=0;exitDy=0;">
+           <mxGeometry relative="1" as="geometry">
+             <mxPoint x="180" y="400" as="sourcePoint" />
+             <mxPoint x="84" y="440" as="targetPoint" />
+           </mxGeometry>
+         </mxCell>
+         <mxCell id="TyIScYGrdLz4eEjOedrv-70" edge="1" parent="1" style="edgeStyle=orthogonalEdgeStyle;rounded=0;orthogonalLoop=1;jettySize=auto;html=1;exitX=0.5;exitY=1;exitDx=0;exitDy=0;entryX=0.2;entryY=0.021;entryDx=0;entryDy=0;entryPerimeter=0;strokeWidth=3;endArrow=block;endFill=1;strokeColor=#271D6C;">
+           <mxGeometry relative="1" as="geometry">
+             <mxPoint x="241" y="417.62" as="sourcePoint" />
+             <mxPoint x="239" y="438.62" as="targetPoint" />
+           </mxGeometry>
+         </mxCell>
+         <mxCell id="TyIScYGrdLz4eEjOedrv-74" edge="1" parent="1" source="TyIScYGrdLz4eEjOedrv-73" style="edgeStyle=orthogonalEdgeStyle;rounded=0;orthogonalLoop=1;jettySize=auto;html=1;exitX=0;exitY=0.5;exitDx=0;exitDy=0;entryX=1;entryY=0.5;entryDx=0;entryDy=0;strokeWidth=3;endArrow=block;endFill=1;strokeColor=#271D6C;" target="TyIScYGrdLz4eEjOedrv-9">
          <mxGeometry relative="1" as="geometry" />
        </mxCell>
-         <mxCell id="TyIScYGrdLz4eEjOedrv-52" parent="1" style="rhombus;fillColor=#00A1CD;strokeColor=none;fontColor=#FFFFFF;" value="Akkoord?" vertex="1">
-           <mxGeometry height="60" width="123.57" x="178.70000000000002" y="280.5" as="geometry" />
-         </mxCell>
-         <mxCell id="TyIScYGrdLz4eEjOedrv-53" parent="1" style="rounded=0;whiteSpace=wrap;html=1;fillColor=#00A1CD;fontColor=#FFFFFF;strokeColor=none;" value="Ja" vertex="1">
-           <mxGeometry height="20" width="39.65917893106119" x="262.61" y="343.88" as="geometry" />
-         </mxCell>
-         <mxCell id="TyIScYGrdLz4eEjOedrv-54" edge="1" parent="1" source="TyIScYGrdLz4eEjOedrv-52" style="edgeStyle=orthogonalEdgeStyle;rounded=1;orthogonalLoop=1;jettySize=auto;html=1;exitX=0;exitY=0.5;exitDx=0;exitDy=0;entryX=0.5;entryY=1;entryDx=0;entryDy=0;strokeWidth=3;dashed=1;dashPattern=1 1;curved=0;strokeColor=#271D6C;endArrow=block;endFill=1;" target="TyIScYGrdLz4eEjOedrv-55" value="">
-           <mxGeometry relative="1" as="geometry">
-             <Array as="points">
-               <mxPoint x="100" y="311" />
-             </Array>
-             <mxPoint x="210" y="326" as="sourcePoint" />
-             <mxPoint x="178" y="230" as="targetPoint" />
-           </mxGeometry>
-         </mxCell>
-         <mxCell id="TyIScYGrdLz4eEjOedrv-55" parent="1" style="rounded=0;whiteSpace=wrap;html=1;fillColor=#00A1CD;fontColor=#FFFFFF;strokeColor=none;" value="Nee" vertex="1">
-           <mxGeometry height="20" width="39.65917893106119" x="80" y="219.75" as="geometry" />
+         <mxCell id="TyIScYGrdLz4eEjOedrv-73" parent="1" style="whiteSpace=wrap;strokeColor=none;fillColor=#271D6C;shadow=0;fontColor=#FFFFFF;fontFamily=Helvetica;fontStyle=0;html=1;fontSize=12;spacing=6;verticalAlign=middle;fillStyle=auto;" value="Actiepunt opvolgen" vertex="1">
+           <mxGeometry height="58.12" width="118.98" x="180.51" y="440" as="geometry" />
        </mxCell>
      </root>
    </mxGraphModel>
  </diagram>
</mxfile>
